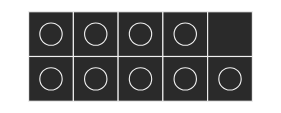
Irenezs/Notes keeps this draw.io diagram as Untitled Diagram.svg. Above is the earlier version. Source tidied: cells renumbered, new cells last; positions are measured from the earlier drawing's top-left corner, leaving out a move shared by most shapes.
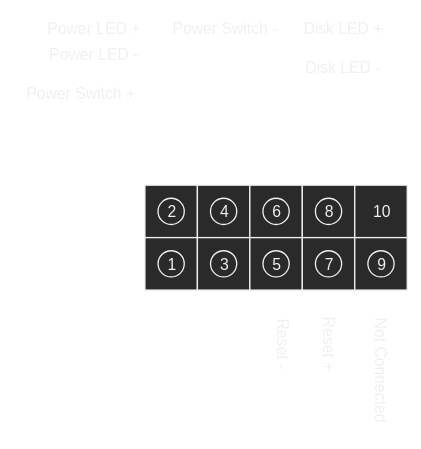
The same file after the commit.

Commit message:
vault backup: 2022-07-13 05:07:12

The edit, as a diff of the source:
```diff
@@ -32,32 +32,62 @@
     <mxCell id="11" style="rounded=0;whiteSpace=wrap;html=1;" parent="1" vertex="1">
       <mxGeometry x="160" y="40" width="40" height="40" as="geometry" />
     </mxCell>
-    <mxCell id="12" style="ellipse;whiteSpace=wrap;html=1;" parent="1" vertex="1">
+    <mxCell id="12" value="2" style="ellipse;whiteSpace=wrap;html=1;" parent="1" vertex="1">
       <mxGeometry x="10" y="10" width="20" height="20" as="geometry" />
     </mxCell>
-    <mxCell id="13" style="ellipse;whiteSpace=wrap;html=1;" parent="1" vertex="1">
-      <mxGeometry x="10" y="50" width="20" height="20" as="geometry" />
+    <mxCell id="13" value="9" style="ellipse;whiteSpace=wrap;html=1;" parent="1" vertex="1">
+      <mxGeometry x="170" y="50" width="20" height="20" as="geometry" />
     </mxCell>
-    <mxCell id="14" style="ellipse;whiteSpace=wrap;html=1;" parent="1" vertex="1">
+    <mxCell id="14" value="4" style="ellipse;whiteSpace=wrap;html=1;" parent="1" vertex="1">
       <mxGeometry x="50" y="10" width="20" height="20" as="geometry" />
     </mxCell>
-    <mxCell id="15" style="ellipse;whiteSpace=wrap;html=1;" parent="1" vertex="1">
+    <mxCell id="15" value="3" style="ellipse;whiteSpace=wrap;html=1;" parent="1" vertex="1">
       <mxGeometry x="50" y="50" width="20" height="20" as="geometry" />
     </mxCell>
-    <mxCell id="16" style="ellipse;whiteSpace=wrap;html=1;" parent="1" vertex="1">
+    <mxCell id="16" value="6" style="ellipse;whiteSpace=wrap;html=1;" parent="1" vertex="1">
       <mxGeometry x="90" y="10" width="20" height="20" as="geometry" />
     </mxCell>
-    <mxCell id="17" style="ellipse;whiteSpace=wrap;html=1;" parent="1" vertex="1">
+    <mxCell id="17" value="5" style="ellipse;whiteSpace=wrap;html=1;" parent="1" vertex="1">
       <mxGeometry x="90" y="50" width="20" height="20" as="geometry" />
     </mxCell>
-    <mxCell id="18" style="ellipse;whiteSpace=wrap;html=1;" parent="1" vertex="1">
+    <mxCell id="18" value="8" style="ellipse;whiteSpace=wrap;html=1;" parent="1" vertex="1">
       <mxGeometry x="130" y="10" width="20" height="20" as="geometry" />
     </mxCell>
-    <mxCell id="19" style="ellipse;whiteSpace=wrap;html=1;direction=south;" parent="1" vertex="1">
+    <mxCell id="19" value="7" style="ellipse;whiteSpace=wrap;html=1;direction=south;" parent="1" vertex="1">
       <mxGeometry x="130" y="50" width="20" height="20" as="geometry" />
     </mxCell>
-    <mxCell id="20" style="ellipse;whiteSpace=wrap;html=1;" parent="1" vertex="1">
-      <mxGeometry x="170" y="50" width="20" height="20" as="geometry" />
+    <mxCell id="20" value="1" style="ellipse;whiteSpace=wrap;html=1;" parent="1" vertex="1">
+      <mxGeometry x="10" y="50" width="20" height="20" as="geometry" />
     </mxCell>
+    <mxCell id="21" value="10" style="ellipse;whiteSpace=wrap;html=1;strokeColor=none;" parent="1" vertex="1">
+      <mxGeometry x="170" y="10" width="20" height="20" as="geometry" />
+    </mxCell>
+    <mxCell id="22" value="Power LED +" style="text;html=1;align=center;verticalAlign=middle;strokeColor=none;" parent="1" vertex="1">
+      <mxGeometry x="-85" y="-130" width="90" height="20" as="geometry" />
+    </mxCell>
+    <mxCell id="23" value="Power LED -" style="text;html=1;align=center;verticalAlign=middle;strokeColor=none;" parent="1" vertex="1">
+      <mxGeometry x="-80" y="-110" width="80" height="20" as="geometry" />
+    </mxCell>
+    <mxCell id="24" value="Power Switch +" style="text;html=1;align=center;verticalAlign=middle;strokeColor=none;" parent="1" vertex="1">
+      <mxGeometry x="-100" y="-80" width="100" height="20" as="geometry" />
+    </mxCell>
+    <mxCell id="25" value="Power Switch -" style="text;html=1;align=center;verticalAlign=middle;strokeColor=none;" parent="1" vertex="1">
+      <mxGeometry x="10" y="-130" width="100" height="20" as="geometry" />
+    </mxCell>
+    <mxCell id="26" value="Reset +" style="text;html=1;align=center;verticalAlign=middle;strokeColor=none;rotation=90;" parent="1" vertex="1">
+      <mxGeometry x="110" y="110" width="60" height="20" as="geometry" />
+    </mxCell>
+    <mxCell id="27" value="Disk LED +" style="text;html=1;align=center;verticalAlign=middle;strokeColor=none;" parent="1" vertex="1">
+      <mxGeometry x="110" y="-130" width="80" height="20" as="geometry" />
+    </mxCell>
+    <mxCell id="28" value="Disk LED -" style="text;html=1;align=center;verticalAlign=middle;strokeColor=none;" parent="1" vertex="1">
+      <mxGeometry x="115" y="-100" width="70" height="20" as="geometry" />
+    </mxCell>
+    <mxCell id="29" value="Not Connected" style="text;html=1;align=center;verticalAlign=middle;strokeColor=none;rotation=90;" parent="1" vertex="1">
+      <mxGeometry x="130" y="130" width="100" height="20" as="geometry" />
+    </mxCell>
+    <mxCell id="30" value="Reset -" style="text;html=1;align=center;verticalAlign=middle;strokeColor=none;rotation=90;" parent="1" vertex="1">
+      <mxGeometry x="80" y="110" width="50" height="20" as="geometry" />
+    </mxCell>
   </root>
 </mxGraphModel>
```
